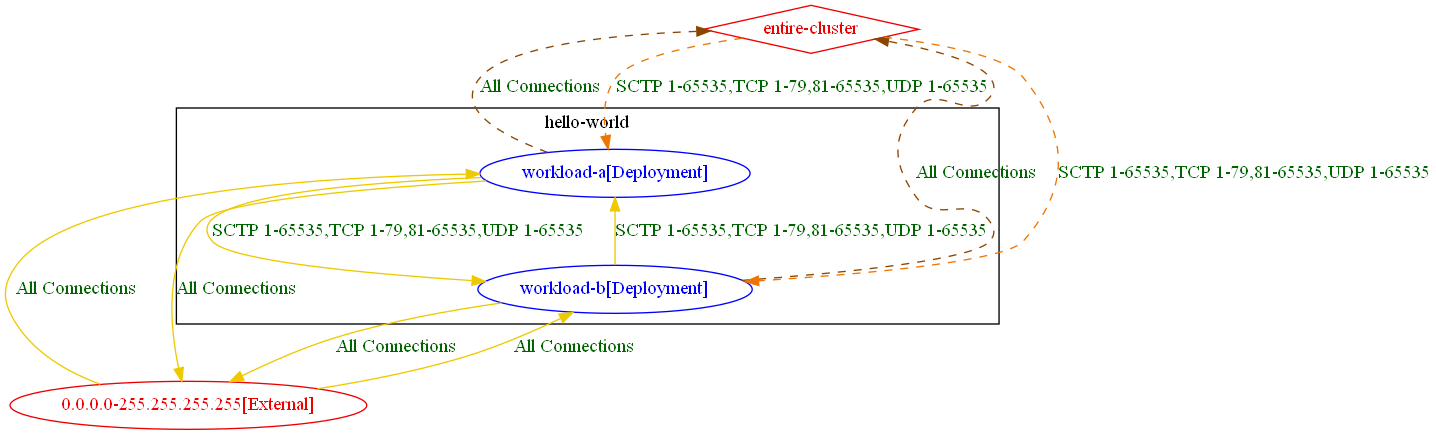
The Graphviz diagram test_outputs/connlist/exposure_test_with_anp_3_w_banp_exposure_output.dot.png in np-guard/netpol-analyzer, before a commit. Its source is kept beside it as test_outputs/connlist/exposure_test_with_anp_3_w_banp_exposure_output.dot.
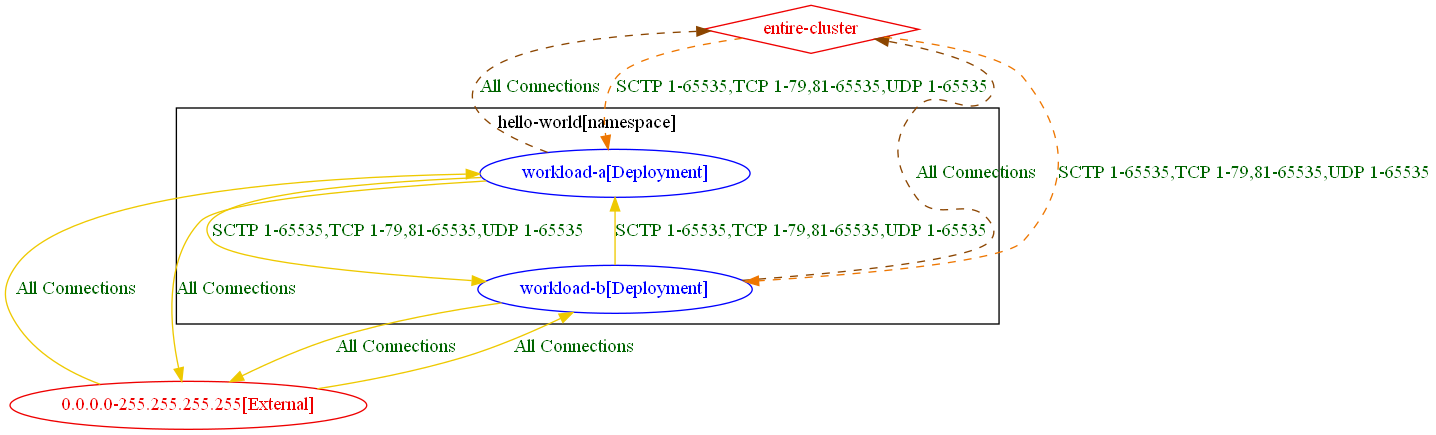
The same diagram one commit later.

Diff of the diagram source:
```diff
@@ -1,10 +1,10 @@
 digraph {
-	subgraph "cluster_hello_world" {
+	subgraph "cluster_hello_world[namespace]" {
 		color="black"
 		fontcolor="black"
 		"hello-world/workload-a[Deployment]" [label="workload-a[Deployment]" color="blue" fontcolor="blue"]
 		"hello-world/workload-b[Deployment]" [label="workload-b[Deployment]" color="blue" fontcolor="blue"]
-		label="hello-world"
+		label="hello-world[namespace]"
 	}
 	"0.0.0.0-255.255.255.255[External]" [label="0.0.0.0-255.255.255.255[External]" color="red2" fontcolor="red2"]
 	"entire-cluster" [label="entire-cluster" color="red2" fontcolor="red2" shape=diamond]
```
